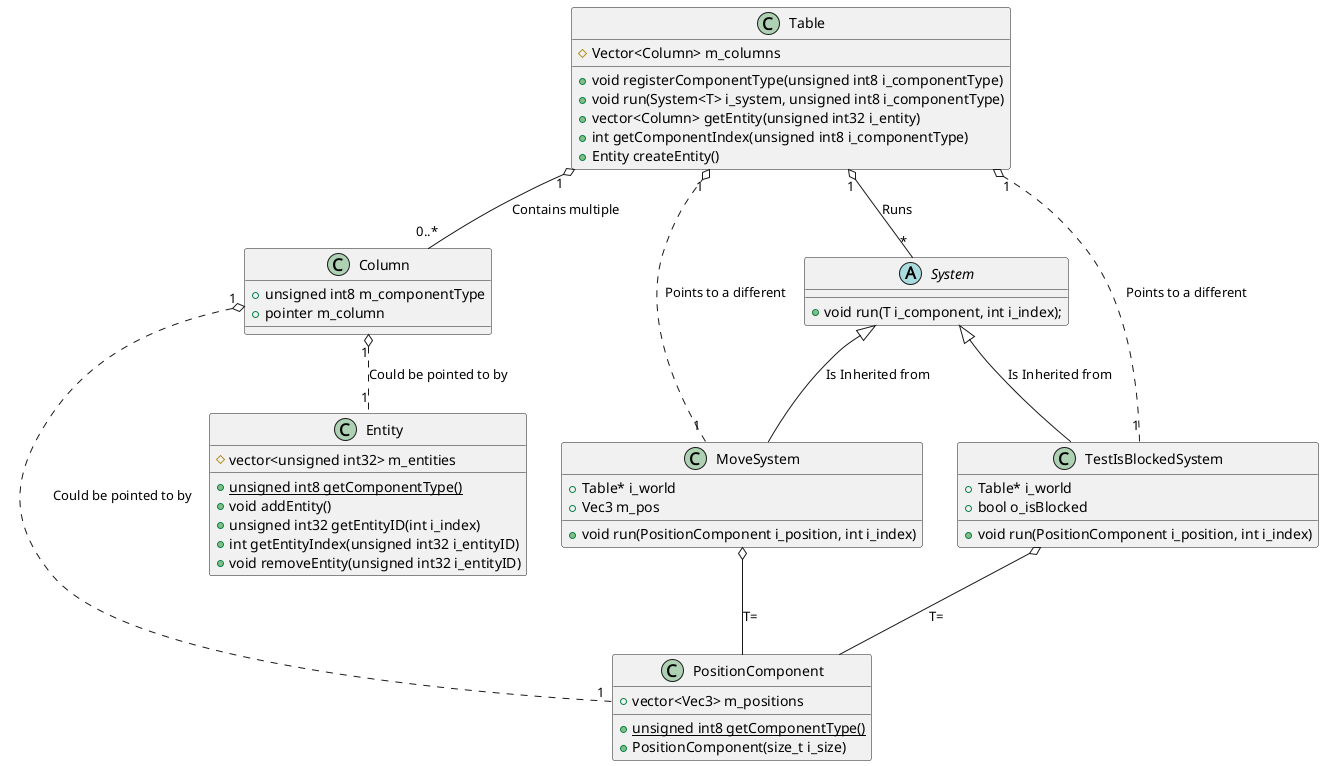
The PlantUML diagram ClassDiagram.png in NCCA/programming-assignment-supersliser, before a commit.
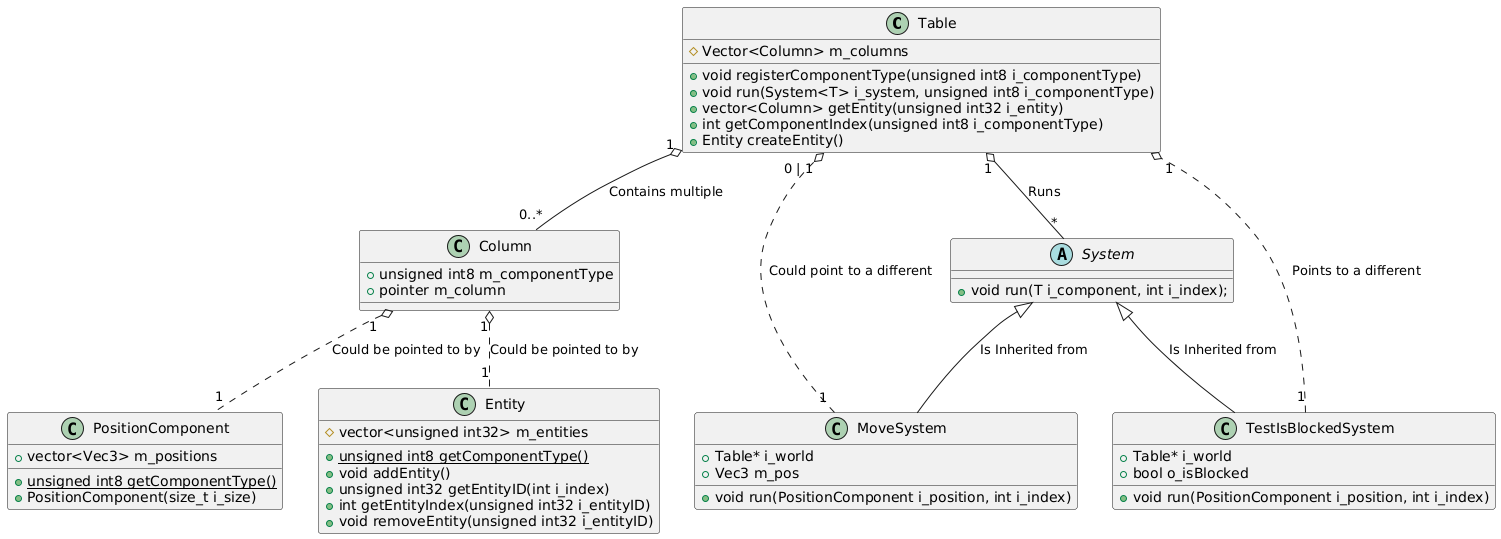
After the change.

Diff of the diagram source:
```diff
@@ -54,8 +54,6 @@
 Table "1" o-- "*" System : "Runs"
 System <|-- TestIsBlockedSystem : "Is Inherited from"
 TestIsBlockedSystem "1" ..o "1" Table : "Points to a different"
-MoveSystem "1" ..o "1" Table : "Points to a different"
-MoveSystem o-- PositionComponent: "T="
-TestIsBlockedSystem o-- PositionComponent: "T="
+MoveSystem "1" ..o "0 | 1" Table : "Could point to a different"
 
 @enduml
```
